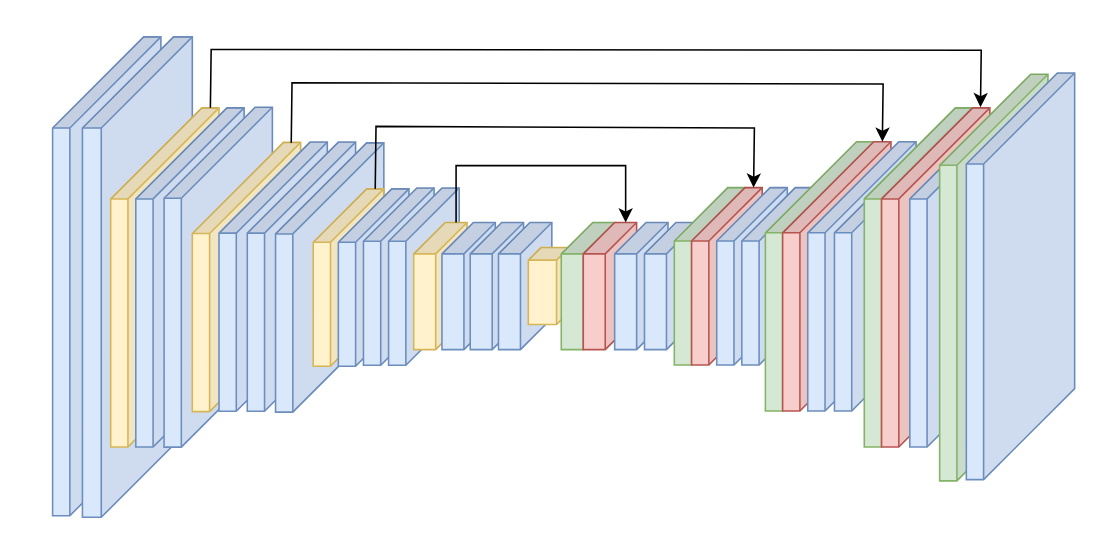
Above: Cópia do yolo_v1_xml.drawio in Marcellofabrizio/MV2-Project (draw.io), before the change. Source tidied: cells renumbered, new cells numbered last; positions are measured from the earlier drawing's top-left corner, leaving out a move shared by most shapes. Both pictures are drawn from the tidied source at 157%, with x=0, y=0 at pixel (52, 36).
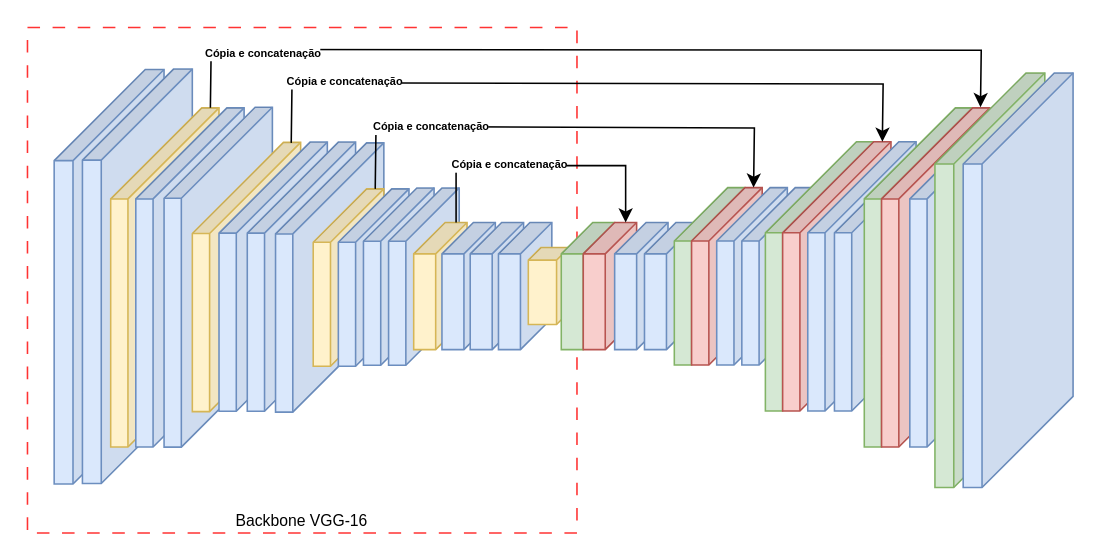
Above is the later version.

Unchanged cells that the change refers to:
```xml
<mxCell id="36" style="endArrow=classic;html=1;rounded=0;entryX=0;entryY=0;entryDx=0;entryDy=5.5;entryPerimeter=0;exitX=0;exitY=0;exitDx=0;exitDy=5.5;exitPerimeter=0;" parent="1" edge="1" source="4">
  <mxGeometry relative="1" as="geometry">
    <mxPoint x="591" y="44.8" as="targetPoint" />
    <Array as="points">
      <mxPoint x="101" y="8" />
      <mxPoint x="591.5" y="8.5" />
    </Array>
  </mxGeometry>
</mxCell>
<mxCell id="37" style="endArrow=classic;html=1;rounded=0;exitX=0;exitY=0;exitDx=0;exitDy=5.5;exitPerimeter=0;entryX=0;entryY=0;entryDx=0;entryDy=5.5;entryPerimeter=0;endSize=6;" parent="1" edge="1" target="29">
  <mxGeometry relative="1" as="geometry">
    <mxPoint x="152" y="67.5" as="sourcePoint" />
    <Array as="points">
      <mxPoint x="152.5" y="29.2" />
      <mxPoint x="529" y="30" />
    </Array>
  </mxGeometry>
</mxCell>
<mxCell id="38" style="endArrow=classic;html=1;rounded=0;exitX=0;exitY=0;exitDx=0;exitDy=5.5;exitPerimeter=0;entryX=0;entryY=0;entryDx=0;entryDy=5.5;entryPerimeter=0;" parent="1" edge="1" source="11" target="25">
  <mxGeometry relative="1" as="geometry">
    <Array as="points">
      <mxPoint x="206" y="57" />
      <mxPoint x="447" y="58" />
    </Array>
  </mxGeometry>
</mxCell>
<mxCell id="40" style="endArrow=classic;html=1;rounded=0;exitX=0;exitY=0;exitDx=0;exitDy=7;exitPerimeter=0;entryX=0;entryY=0;entryDx=0;entryDy=7;entryPerimeter=0;" parent="1" edge="1" source="15" target="21">
  <mxGeometry relative="1" as="geometry">
    <Array as="points">
      <mxPoint x="257" y="82" />
      <mxPoint x="365" y="82" />
    </Array>
  </mxGeometry>
</mxCell>
```

Change to the diagram source:
```diff
@@
-    <mxCell id="2" style="shape=cube;whiteSpace=wrap;html=1;boundedLbl=1;backgroundOutline=1;darkOpacity=0.05;darkOpacity2=0.1;size=58;perimeterSpacing=0;strokeColor=#6c8ebf;fillColor=#dae8fc;direction=south;labelPadding=0;" parent="1" vertex="1">
-      <mxGeometry width="69" height="305" as="geometry" />
-    </mxCell>
+    <mxCell id="41" style="rounded=0;whiteSpace=wrap;html=1;fillColor=none;dashed=1;dashPattern=8 8;strokeColor=#FF3333;" parent="1" vertex="1">
+      <mxGeometry x="-16" y="-6" width="350" height="322" as="geometry" />
+    </mxCell>
+    <mxCell id="42" style="shape=cube;whiteSpace=wrap;html=1;boundedLbl=1;backgroundOutline=1;darkOpacity=0.05;darkOpacity2=0.1;size=58;perimeterSpacing=0;strokeColor=#6c8ebf;fillColor=#dae8fc;direction=south;labelPadding=0;" parent="1" vertex="1">
+      <mxGeometry x="1" y="20.8" width="70" height="264" as="geometry" />
+    </mxCell>
     <mxCell id="3" style="shape=cube;whiteSpace=wrap;html=1;boundedLbl=1;backgroundOutline=1;darkOpacity=0.05;darkOpacity2=0.1;size=58;perimeterSpacing=0;strokeColor=#6c8ebf;fillColor=#dae8fc;direction=south;labelPadding=0;" parent="1" vertex="1">
-      <mxGeometry x="19" width="70" height="306" as="geometry" />
+      <mxGeometry x="19" y="20.5" width="70" height="264" as="geometry" />
     </mxCell>
@@
-    <mxCell id="35" style="shape=cube;whiteSpace=wrap;html=1;boundedLbl=1;backgroundOutline=1;darkOpacity=0.05;darkOpacity2=0.1;size=58;perimeterSpacing=0;strokeColor=#82b366;fillColor=#d5e8d4;direction=south;labelPadding=0;" parent="1" vertex="1">
-      <mxGeometry x="565" y="23.8" width="69" height="259" as="geometry" />
-    </mxCell>
@@
+    <mxCell id="43" value="Cópia e concatenação" style="edgeLabel;html=1;align=center;verticalAlign=middle;fontSize=7;fontStyle=1;" parent="36" vertex="1">
+      <mxGeometry x="-0.03" relative="1" as="geometry">
+        <mxPoint x="-204" y="2" as="offset" />
+      </mxGeometry>
+    </mxCell>
@@
+    <mxCell id="44" value="Cópia e concatenação" style="edgeLabel;html=1;align=center;verticalAlign=middle;fontSize=7;fontStyle=1;" parent="37" vertex="1">
+      <mxGeometry x="-0.02" y="1" relative="1" as="geometry">
+        <mxPoint x="-150" as="offset" />
+      </mxGeometry>
+    </mxCell>
@@
-    <mxCell id="39" style="shape=cube;whiteSpace=wrap;html=1;boundedLbl=1;backgroundOutline=1;darkOpacity=0.05;darkOpacity2=0.1;size=58;perimeterSpacing=0;strokeColor=#6c8ebf;fillColor=#dae8fc;direction=south;labelPadding=0;" parent="1" vertex="1">
-      <mxGeometry x="582" y="23" width="69" height="259" as="geometry" />
-    </mxCell>
+    <mxCell id="45" value="Cópia e concatenação" style="edgeLabel;html=1;align=center;verticalAlign=middle;fontSize=7;fontStyle=1;" parent="38" vertex="1">
+      <mxGeometry x="0.01" y="1" relative="1" as="geometry">
+        <mxPoint x="-87" y="1" as="offset" />
+      </mxGeometry>
+    </mxCell>
@@
+    <mxCell id="46" value="&lt;font style=&quot;font-size: 7px;&quot;&gt;Cópia e concatenação&lt;/font&gt;" style="edgeLabel;html=1;align=center;verticalAlign=middle;fontSize=7;fontStyle=1;" parent="40" vertex="1">
+      <mxGeometry x="-0.12" y="1" relative="1" as="geometry">
+        <mxPoint x="-9" as="offset" />
+      </mxGeometry>
+    </mxCell>
+    <mxCell id="47" value="Backbone VGG-16" style="text;html=1;align=center;verticalAlign=middle;whiteSpace=wrap;rounded=0;fontSize=10;" parent="1" vertex="1">
+      <mxGeometry x="94" y="299" width="130" height="17" as="geometry" />
+    </mxCell>
+    <mxCell id="48" style="shape=cube;whiteSpace=wrap;html=1;boundedLbl=1;backgroundOutline=1;darkOpacity=0.05;darkOpacity2=0.1;size=58;perimeterSpacing=0;strokeColor=#82b366;fillColor=#d5e8d4;direction=south;labelPadding=0;" parent="1" vertex="1">
+      <mxGeometry x="562" y="23" width="70" height="264" as="geometry" />
+    </mxCell>
+    <mxCell id="49" style="shape=cube;whiteSpace=wrap;html=1;boundedLbl=1;backgroundOutline=1;darkOpacity=0.05;darkOpacity2=0.1;size=58;perimeterSpacing=0;strokeColor=#6c8ebf;fillColor=#dae8fc;direction=south;labelPadding=0;" parent="1" vertex="1">
+      <mxGeometry x="580" y="23" width="70" height="264" as="geometry" />
+    </mxCell>
```
